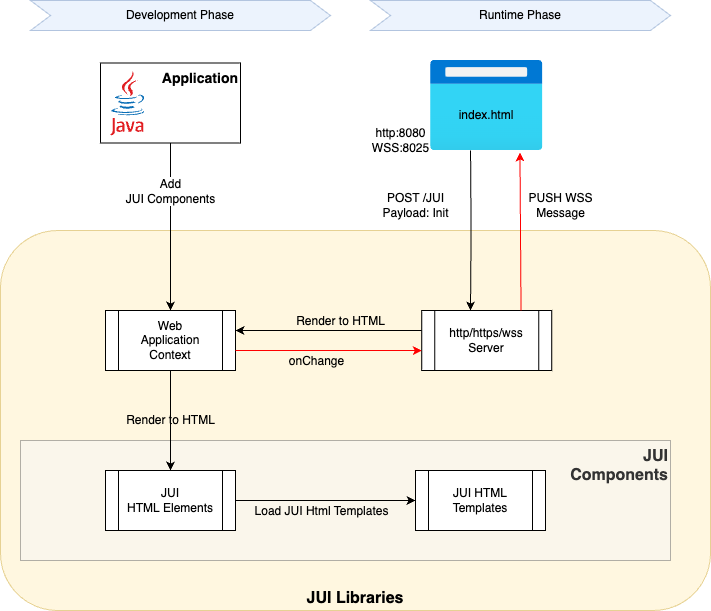
mwzero/jui keeps this draw.io diagram as assets/images/logical-architecture.png. Above is the earlier version. Source tidied: cells renumbered, new cells last; positions are measured from the earlier drawing's top-left corner, leaving out a move shared by most shapes. Source of this version:
```xml
<mxGraphModel>
  <root>
    <mxCell id="0" />
    <mxCell id="1" parent="0" />
    <mxCell id="2" value="JUI Libraries" style="rounded=1;whiteSpace=wrap;html=1;fontSize=16;opacity=60;fillColor=#fff2cc;strokeColor=#d6b656;verticalAlign=bottom;fontStyle=1;" parent="1" vertex="1">
      <mxGeometry y="230" width="710" height="380" as="geometry" />
    </mxCell>
    <mxCell id="3" value="JUI &lt;br&gt;Components" style="rounded=0;whiteSpace=wrap;html=1;fontSize=16;fillColor=#f5f5f5;fontColor=#333333;strokeColor=#666666;opacity=50;align=right;verticalAlign=top;fontStyle=1;" parent="1" vertex="1">
      <mxGeometry x="20" y="440" width="650" height="120" as="geometry" />
    </mxCell>
    <mxCell id="4" value="Add &lt;br&gt;JUI Components" style="edgeStyle=orthogonalEdgeStyle;rounded=0;jettySize=auto;html=1;entryX=0.5;entryY=0;entryDx=0;entryDy=0;fontSize=12;" parent="1" edge="1" source="5" target="12">
      <mxGeometry x="-0.43" relative="1" as="geometry" />
    </mxCell>
    <mxCell id="5" value="Application" style="rounded=0;whiteSpace=wrap;html=1;align=right;verticalAlign=top;fontSize=14;fontStyle=1;" parent="1" vertex="1">
      <mxGeometry x="100" y="62.5" width="140" height="80" as="geometry" />
    </mxCell>
    <mxCell id="6" style="dashed=0;html=1;align=center;labelPosition=center;verticalLabelPosition=bottom;verticalAlign=top;shape=mxgraph.weblogos.java;" parent="1" vertex="1">
      <mxGeometry x="110" y="70" width="34.4" height="65" as="geometry" />
    </mxCell>
    <mxCell id="7" value="http:8080&lt;br&gt;WSS:8025" style="edgeStyle=orthogonalEdgeStyle;rounded=0;orthogonalLoop=1;jettySize=auto;html=1;entryX=0.5;entryY=0;entryDx=0;entryDy=0;fontSize=12;" parent="1" edge="1">
      <mxGeometry x="-1" y="-71" relative="1" as="geometry">
        <mxPoint x="470" y="150" as="sourcePoint" />
        <mxPoint x="470" y="310" as="targetPoint" />
        <mxPoint x="1" y="-10" as="offset" />
      </mxGeometry>
    </mxCell>
    <mxCell id="8" style="html=1;align=center;image;fontSize=12;image=img/lib/azure2/general/Browser.svg;" parent="1" vertex="1">
      <mxGeometry x="430" y="60" width="112.5" height="90" as="geometry" />
    </mxCell>
    <mxCell id="9" value="&lt;font style=&quot;font-size: 12px;&quot;&gt;Render to HTML&lt;/font&gt;" style="edgeStyle=orthogonalEdgeStyle;rounded=0;jettySize=auto;html=1;fontSize=16;labelBackgroundColor=none;" parent="1" edge="1" source="10" target="12">
      <mxGeometry x="-0.13" y="-10" relative="1" as="geometry">
        <Array as="points">
          <mxPoint x="400" y="330" />
          <mxPoint x="400" y="330" />
        </Array>
      </mxGeometry>
    </mxCell>
    <mxCell id="10" value="&lt;span style=&quot;font-size: 12px;&quot;&gt;http/https/wss&lt;/span&gt;&lt;div&gt;&lt;span style=&quot;font-size: 12px;&quot;&gt;Server&lt;/span&gt;&lt;/div&gt;" style="shape=process;whiteSpace=wrap;html=1;backgroundOutline=1;fontSize=8;" parent="1" vertex="1">
      <mxGeometry x="421.2" y="310" width="130" height="60" as="geometry" />
    </mxCell>
    <mxCell id="11" value="Render to HTML" style="edgeStyle=orthogonalEdgeStyle;rounded=0;jettySize=auto;html=1;fontSize=12;labelBackgroundColor=none;" parent="1" edge="1" source="12" target="18">
      <mxGeometry relative="1" as="geometry" />
    </mxCell>
    <mxCell id="12" value="&lt;span style=&quot;font-size: 12px;&quot;&gt;Web&lt;br&gt;Application Context&lt;/span&gt;" style="shape=process;whiteSpace=wrap;html=1;backgroundOutline=1;fontSize=8;" parent="1" vertex="1">
      <mxGeometry x="105" y="310" width="130" height="60" as="geometry" />
    </mxCell>
    <mxCell id="13" value="Development Phase" style="shape=step;perimeter=stepPerimeter;whiteSpace=wrap;html=1;fixedSize=1;fontSize=12;opacity=50;fillColor=#dae8fc;strokeColor=#6c8ebf;" parent="1" vertex="1">
      <mxGeometry x="30" width="300" height="30" as="geometry" />
    </mxCell>
    <mxCell id="14" value="Runtime Phase" style="shape=step;perimeter=stepPerimeter;whiteSpace=wrap;html=1;fixedSize=1;fontSize=12;opacity=50;fillColor=#dae8fc;strokeColor=#6c8ebf;" parent="1" vertex="1">
      <mxGeometry x="370" width="300" height="30" as="geometry" />
    </mxCell>
    <mxCell id="15" value="&lt;span style=&quot;font-size: 12px;&quot;&gt;JUI HTML Templates&lt;/span&gt;" style="shape=process;whiteSpace=wrap;html=1;backgroundOutline=1;fontSize=8;" parent="1" vertex="1">
      <mxGeometry x="415" y="470" width="130" height="60" as="geometry" />
    </mxCell>
    <mxCell id="16" style="edgeStyle=orthogonalEdgeStyle;rounded=0;jettySize=auto;html=1;fontSize=16;" parent="1" edge="1" source="18" target="15">
      <mxGeometry relative="1" as="geometry" />
    </mxCell>
    <mxCell id="17" value="Load JUI Html Templates" style="edgeLabel;html=1;align=center;verticalAlign=middle;fontSize=12;labelBackgroundColor=none;" parent="16" vertex="1">
      <mxGeometry x="-0.19" y="-2" relative="1" as="geometry">
        <mxPoint x="12" y="8" as="offset" />
      </mxGeometry>
    </mxCell>
    <mxCell id="18" value="&lt;span style=&quot;font-size: 12px;&quot;&gt;JUI HTML&lt;/span&gt;&lt;span style=&quot;font-size: 12px; background-color: transparent;&quot;&gt;&amp;nbsp;Elements&lt;/span&gt;" style="shape=process;whiteSpace=wrap;html=1;backgroundOutline=1;fontSize=8;" parent="1" vertex="1">
      <mxGeometry x="105" y="470" width="130" height="60" as="geometry" />
    </mxCell>
    <mxCell id="19" value="index.html" style="text;html=1;align=center;verticalAlign=middle;whiteSpace=wrap;rounded=0;" parent="1" vertex="1">
      <mxGeometry x="456.2" y="100" width="60" height="30" as="geometry" />
    </mxCell>
    <mxCell id="20" value="POST /JUI&lt;div&gt;Payload: Init&lt;/div&gt;" style="text;html=1;align=center;verticalAlign=middle;whiteSpace=wrap;rounded=0;" parent="1" vertex="1">
      <mxGeometry x="371" y="190" width="88.8" height="30" as="geometry" />
    </mxCell>
    <mxCell id="21" style="edgeStyle=none;html=1;entryX=0.302;entryY=1;entryDx=0;entryDy=0;entryPerimeter=0;exitX=0.337;exitY=-0.033;exitDx=0;exitDy=0;exitPerimeter=0;strokeColor=light-dark(#ff0000, #ededed);" parent="1" edge="1">
      <mxGeometry relative="1" as="geometry">
        <mxPoint x="520.5" y="310" as="sourcePoint" />
        <mxPoint x="519.5" y="152" as="targetPoint" />
      </mxGeometry>
    </mxCell>
    <mxCell id="22" value="PUSH WSS&lt;div&gt;Message&lt;/div&gt;" style="text;html=1;align=center;verticalAlign=middle;whiteSpace=wrap;rounded=0;" parent="1" vertex="1">
      <mxGeometry x="516.2" y="190" width="88.8" height="30" as="geometry" />
    </mxCell>
    <mxCell id="23" value="&lt;font style=&quot;font-size: 12px;&quot;&gt;onChange&lt;/font&gt;" style="edgeStyle=orthogonalEdgeStyle;rounded=0;jettySize=auto;html=1;fontSize=16;labelBackgroundColor=none;strokeColor=#FF0000;" parent="1" edge="1" source="12" target="10">
      <mxGeometry x="-0.13" y="-10" relative="1" as="geometry">
        <Array as="points">
          <mxPoint x="350" y="350" />
          <mxPoint x="350" y="350" />
        </Array>
      </mxGeometry>
    </mxCell>
  </root>
</mxGraphModel>
```
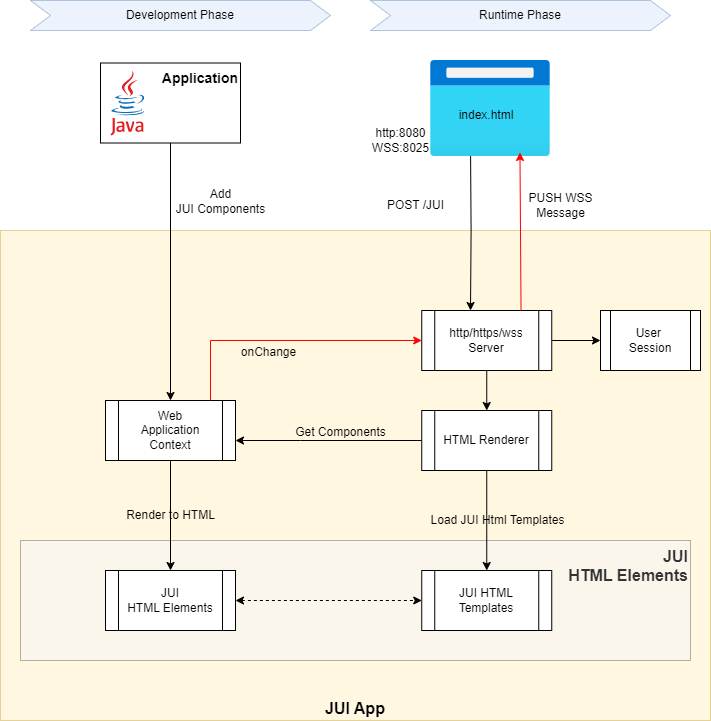
After the commit.

Diff of the diagram source:
```diff
@@ -1,20 +1,22 @@
-<mxGraphModel>
+<mxGraphModel shadow="1">
   <root>
     <mxCell id="0" />
     <mxCell id="1" parent="0" />
-    <mxCell id="2" value="JUI Libraries" style="rounded=1;whiteSpace=wrap;html=1;fontSize=16;opacity=60;fillColor=#fff2cc;strokeColor=#d6b656;verticalAlign=bottom;fontStyle=1;" parent="1" vertex="1">
-      <mxGeometry y="230" width="710" height="380" as="geometry" />
+    <mxCell id="2" value="JUI App" style="rounded=0;whiteSpace=wrap;html=1;fontSize=16;opacity=60;fillColor=#fff2cc;strokeColor=#d6b656;verticalAlign=bottom;fontStyle=1;" parent="1" vertex="1">
+      <mxGeometry y="230" width="710" height="490" as="geometry" />
     </mxCell>
-    <mxCell id="3" value="JUI &lt;br&gt;Components" style="rounded=0;whiteSpace=wrap;html=1;fontSize=16;fillColor=#f5f5f5;fontColor=#333333;strokeColor=#666666;opacity=50;align=right;verticalAlign=top;fontStyle=1;" parent="1" vertex="1">
-      <mxGeometry x="20" y="440" width="650" height="120" as="geometry" />
+    <mxCell id="3" value="JUI &lt;br&gt;HTML&amp;nbsp;&lt;span style=&quot;background-color: transparent;&quot;&gt;Elements&lt;/span&gt;" style="rounded=0;whiteSpace=wrap;html=1;fontSize=16;fillColor=#f5f5f5;fontColor=#333333;strokeColor=#666666;opacity=50;align=right;verticalAlign=top;fontStyle=1;" parent="1" vertex="1">
+      <mxGeometry x="20" y="540" width="670" height="120" as="geometry" />
     </mxCell>
     <mxCell id="4" value="Add &lt;br&gt;JUI Components" style="edgeStyle=orthogonalEdgeStyle;rounded=0;jettySize=auto;html=1;entryX=0.5;entryY=0;entryDx=0;entryDy=0;fontSize=12;" parent="1" edge="1" source="5" target="12">
-      <mxGeometry x="-0.43" relative="1" as="geometry" />
+      <mxGeometry x="-0.55" y="50" relative="1" as="geometry">
+        <mxPoint y="1" as="offset" />
+      </mxGeometry>
     </mxCell>
     <mxCell id="5" value="Application" style="rounded=0;whiteSpace=wrap;html=1;align=right;verticalAlign=top;fontSize=14;fontStyle=1;" parent="1" vertex="1">
       <mxGeometry x="100" y="62.5" width="140" height="80" as="geometry" />
     </mxCell>
-    <mxCell id="6" style="dashed=0;html=1;align=center;labelPosition=center;verticalLabelPosition=bottom;verticalAlign=top;shape=mxgraph.weblogos.java;" parent="1" vertex="1">
+    <mxCell id="6" style="dashed=0;html=1;align=center;labelPosition=center;verticalLabelPosition=bottom;verticalAlign=top;shape=mxgraph.weblogos.java;rounded=0;" parent="1" vertex="1">
       <mxGeometry x="110" y="70" width="34.4" height="65" as="geometry" />
     </mxCell>
     <mxCell id="7" value="http:8080&lt;br&gt;WSS:8025" style="edgeStyle=orthogonalEdgeStyle;rounded=0;orthogonalLoop=1;jettySize=auto;html=1;entryX=0.5;entryY=0;entryDx=0;entryDy=0;fontSize=12;" parent="1" edge="1">
@@ -24,53 +26,62 @@
         <mxPoint x="1" y="-10" as="offset" />
       </mxGeometry>
     </mxCell>
-    <mxCell id="8" style="html=1;align=center;image;fontSize=12;image=img/lib/azure2/general/Browser.svg;" parent="1" vertex="1">
-      <mxGeometry x="430" y="60" width="112.5" height="90" as="geometry" />
+    <mxCell id="8" style="html=1;align=center;image;fontSize=12;image=img/lib/azure2/general/Browser.svg;rounded=0;" parent="1" vertex="1">
+      <mxGeometry x="430" y="60" width="120" height="96" as="geometry" />
     </mxCell>
-    <mxCell id="9" value="&lt;font style=&quot;font-size: 12px;&quot;&gt;Render to HTML&lt;/font&gt;" style="edgeStyle=orthogonalEdgeStyle;rounded=0;jettySize=auto;html=1;fontSize=16;labelBackgroundColor=none;" parent="1" edge="1" source="10" target="12">
+    <mxCell id="9" value="&lt;span style=&quot;font-size: 12px;&quot;&gt;Get Components&lt;/span&gt;" style="edgeStyle=orthogonalEdgeStyle;rounded=0;jettySize=auto;html=1;fontSize=16;labelBackgroundColor=none;exitX=0;exitY=0.5;exitDx=0;exitDy=0;" parent="1" edge="1" source="28" target="12">
       <mxGeometry x="-0.13" y="-10" relative="1" as="geometry">
         <Array as="points">
-          <mxPoint x="400" y="330" />
-          <mxPoint x="400" y="330" />
+          <mxPoint x="300" y="440" />
+          <mxPoint x="300" y="440" />
         </Array>
       </mxGeometry>
     </mxCell>
+    <mxCell id="24" style="edgeStyle=none;html=1;rounded=0;" parent="1" edge="1" source="10" target="27">
+      <mxGeometry relative="1" as="geometry" />
+    </mxCell>
+    <mxCell id="25" style="edgeStyle=none;html=1;entryX=0.5;entryY=0;entryDx=0;entryDy=0;rounded=0;" parent="1" edge="1" source="10" target="28">
+      <mxGeometry relative="1" as="geometry" />
+    </mxCell>
-    <mxCell id="10" value="&lt;span style=&quot;font-size: 12px;&quot;&gt;http/https/wss&lt;/span&gt;&lt;div&gt;&lt;span style=&quot;font-size: 12px;&quot;&gt;Server&lt;/span&gt;&lt;/div&gt;" style="shape=process;whiteSpace=wrap;html=1;backgroundOutline=1;fontSize=8;" parent="1" vertex="1">
+    <mxCell id="10" value="&lt;span style=&quot;font-size: 12px;&quot;&gt;http/https/wss&lt;/span&gt;&lt;div&gt;&lt;span style=&quot;font-size: 12px;&quot;&gt;Server&lt;/span&gt;&lt;/div&gt;" style="shape=process;whiteSpace=wrap;html=1;backgroundOutline=1;fontSize=8;rounded=0;" parent="1" vertex="1">
       <mxGeometry x="421.2" y="310" width="130" height="60" as="geometry" />
     </mxCell>
     <mxCell id="11" value="Render to HTML" style="edgeStyle=orthogonalEdgeStyle;rounded=0;jettySize=auto;html=1;fontSize=12;labelBackgroundColor=none;" parent="1" edge="1" source="12" target="18">
       <mxGeometry relative="1" as="geometry" />
     </mxCell>
-    <mxCell id="12" value="&lt;span style=&quot;font-size: 12px;&quot;&gt;Web&lt;br&gt;Application Context&lt;/span&gt;" style="shape=process;whiteSpace=wrap;html=1;backgroundOutline=1;fontSize=8;" parent="1" vertex="1">
-      <mxGeometry x="105" y="310" width="130" height="60" as="geometry" />
+    <mxCell id="12" value="&lt;span style=&quot;font-size: 12px;&quot;&gt;Web&lt;br&gt;Application Context&lt;/span&gt;" style="shape=process;whiteSpace=wrap;html=1;backgroundOutline=1;fontSize=8;rounded=0;" parent="1" vertex="1">
+      <mxGeometry x="105" y="400" width="130" height="60" as="geometry" />
     </mxCell>
-    <mxCell id="13" value="Development Phase" style="shape=step;perimeter=stepPerimeter;whiteSpace=wrap;html=1;fixedSize=1;fontSize=12;opacity=50;fillColor=#dae8fc;strokeColor=#6c8ebf;" parent="1" vertex="1">
+    <mxCell id="13" value="Development Phase" style="shape=step;perimeter=stepPerimeter;whiteSpace=wrap;html=1;fixedSize=1;fontSize=12;opacity=50;fillColor=#dae8fc;strokeColor=#6c8ebf;rounded=0;" parent="1" vertex="1">
       <mxGeometry x="30" width="300" height="30" as="geometry" />
     </mxCell>
-    <mxCell id="14" value="Runtime Phase" style="shape=step;perimeter=stepPerimeter;whiteSpace=wrap;html=1;fixedSize=1;fontSize=12;opacity=50;fillColor=#dae8fc;strokeColor=#6c8ebf;" parent="1" vertex="1">
+    <mxCell id="14" value="Runtime Phase" style="shape=step;perimeter=stepPerimeter;whiteSpace=wrap;html=1;fixedSize=1;fontSize=12;opacity=50;fillColor=#dae8fc;strokeColor=#6c8ebf;rounded=0;" parent="1" vertex="1">
       <mxGeometry x="370" width="300" height="30" as="geometry" />
     </mxCell>
-    <mxCell id="15" value="&lt;span style=&quot;font-size: 12px;&quot;&gt;JUI HTML Templates&lt;/span&gt;" style="shape=process;whiteSpace=wrap;html=1;backgroundOutline=1;fontSize=8;" parent="1" vertex="1">
-      <mxGeometry x="415" y="470" width="130" height="60" as="geometry" />
+    <mxCell id="15" value="&lt;span style=&quot;font-size: 12px;&quot;&gt;JUI HTML Templates&lt;/span&gt;" style="shape=process;whiteSpace=wrap;html=1;backgroundOutline=1;fontSize=8;rounded=0;" parent="1" vertex="1">
+      <mxGeometry x="421.2" y="570" width="130" height="60" as="geometry" />
     </mxCell>
-    <mxCell id="16" style="edgeStyle=orthogonalEdgeStyle;rounded=0;jettySize=auto;html=1;fontSize=16;" parent="1" edge="1" source="18" target="15">
+    <mxCell id="16" style="edgeStyle=orthogonalEdgeStyle;rounded=0;jettySize=auto;html=1;fontSize=16;exitX=0.5;exitY=1;exitDx=0;exitDy=0;" parent="1" edge="1" source="28" target="15">
       <mxGeometry relative="1" as="geometry" />
     </mxCell>
-    <mxCell id="17" value="Load JUI Html Templates" style="edgeLabel;html=1;align=center;verticalAlign=middle;fontSize=12;labelBackgroundColor=none;" parent="16" vertex="1">
+    <mxCell id="17" value="Load JUI Html Templates" style="edgeLabel;html=1;align=center;verticalAlign=middle;fontSize=12;labelBackgroundColor=none;rounded=0;" parent="16" vertex="1">
       <mxGeometry x="-0.19" y="-2" relative="1" as="geometry">
         <mxPoint x="12" y="8" as="offset" />
       </mxGeometry>
     </mxCell>
+    <mxCell id="26" style="edgeStyle=none;html=1;dashed=1;startArrow=classic;startFill=1;rounded=0;" parent="1" edge="1" source="18" target="15">
+      <mxGeometry relative="1" as="geometry" />
+    </mxCell>
-    <mxCell id="18" value="&lt;span style=&quot;font-size: 12px;&quot;&gt;JUI HTML&lt;/span&gt;&lt;span style=&quot;font-size: 12px; background-color: transparent;&quot;&gt;&amp;nbsp;Elements&lt;/span&gt;" style="shape=process;whiteSpace=wrap;html=1;backgroundOutline=1;fontSize=8;" parent="1" vertex="1">
-      <mxGeometry x="105" y="470" width="130" height="60" as="geometry" />
+    <mxCell id="18" value="&lt;span style=&quot;font-size: 12px;&quot;&gt;JUI HTML&lt;/span&gt;&lt;span style=&quot;font-size: 12px; background-color: transparent;&quot;&gt;&amp;nbsp;Elements&lt;/span&gt;" style="shape=process;whiteSpace=wrap;html=1;backgroundOutline=1;fontSize=8;rounded=0;" parent="1" vertex="1">
+      <mxGeometry x="105" y="570" width="130" height="60" as="geometry" />
     </mxCell>
     <mxCell id="19" value="index.html" style="text;html=1;align=center;verticalAlign=middle;whiteSpace=wrap;rounded=0;" parent="1" vertex="1">
       <mxGeometry x="456.2" y="100" width="60" height="30" as="geometry" />
     </mxCell>
-    <mxCell id="20" value="POST /JUI&lt;div&gt;Payload: Init&lt;/div&gt;" style="text;html=1;align=center;verticalAlign=middle;whiteSpace=wrap;rounded=0;" parent="1" vertex="1">
+    <mxCell id="20" value="POST /JUI" style="text;html=1;align=center;verticalAlign=middle;whiteSpace=wrap;rounded=0;" parent="1" vertex="1">
       <mxGeometry x="371" y="190" width="88.8" height="30" as="geometry" />
     </mxCell>
-    <mxCell id="21" style="edgeStyle=none;html=1;entryX=0.302;entryY=1;entryDx=0;entryDy=0;entryPerimeter=0;exitX=0.337;exitY=-0.033;exitDx=0;exitDy=0;exitPerimeter=0;strokeColor=light-dark(#ff0000, #ededed);" parent="1" edge="1">
+    <mxCell id="21" style="edgeStyle=none;html=1;entryX=0.302;entryY=1;entryDx=0;entryDy=0;entryPerimeter=0;exitX=0.337;exitY=-0.033;exitDx=0;exitDy=0;exitPerimeter=0;strokeColor=light-dark(#ff0000, #ededed);rounded=0;" parent="1" edge="1">
       <mxGeometry relative="1" as="geometry">
         <mxPoint x="520.5" y="310" as="sourcePoint" />
         <mxPoint x="519.5" y="152" as="targetPoint" />
@@ -82,10 +93,15 @@
     <mxCell id="23" value="&lt;font style=&quot;font-size: 12px;&quot;&gt;onChange&lt;/font&gt;" style="edgeStyle=orthogonalEdgeStyle;rounded=0;jettySize=auto;html=1;fontSize=16;labelBackgroundColor=none;strokeColor=#FF0000;" parent="1" edge="1" source="12" target="10">
       <mxGeometry x="-0.13" y="-10" relative="1" as="geometry">
         <Array as="points">
-          <mxPoint x="350" y="350" />
-          <mxPoint x="350" y="350" />
+          <mxPoint x="210" y="340" />
         </Array>
       </mxGeometry>
     </mxCell>
+    <mxCell id="27" value="&lt;font style=&quot;font-size: 12px;&quot;&gt;User&amp;nbsp;&lt;/font&gt;&lt;div&gt;&lt;font style=&quot;font-size: 12px;&quot;&gt;Session&lt;/font&gt;&lt;/div&gt;" style="shape=process;whiteSpace=wrap;html=1;backgroundOutline=1;fontSize=8;rounded=0;" parent="1" vertex="1">
+      <mxGeometry x="600" y="310" width="100" height="60" as="geometry" />
+    </mxCell>
+    <mxCell id="28" value="&lt;span style=&quot;font-size: 12px;&quot;&gt;HTML Renderer&lt;/span&gt;" style="shape=process;whiteSpace=wrap;html=1;backgroundOutline=1;fontSize=8;rounded=0;" parent="1" vertex="1">
+      <mxGeometry x="421.2" y="410" width="130" height="60" as="geometry" />
+    </mxCell>
   </root>
 </mxGraphModel>
```
